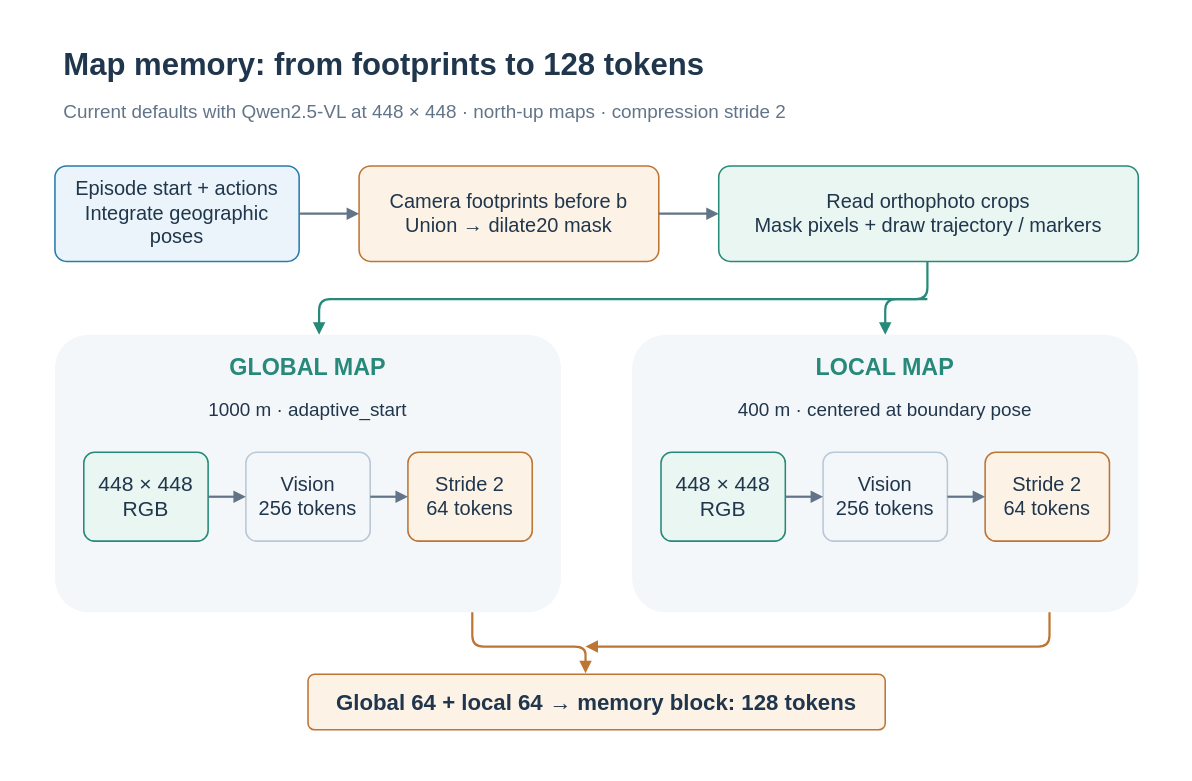
This is docs/assets/concepts/diagrams/map-construction.en-US.drawio from Eku127/SwiftVLN, a draw.io file, before an edit. Source tidied: cells renumbered, new cells numbered last; positions are measured from the earlier drawing's top-left corner, leaving out a move shared by most shapes. Both pictures are drawn from the tidied source at 111%, with x=0, y=0 at pixel (19, 19).
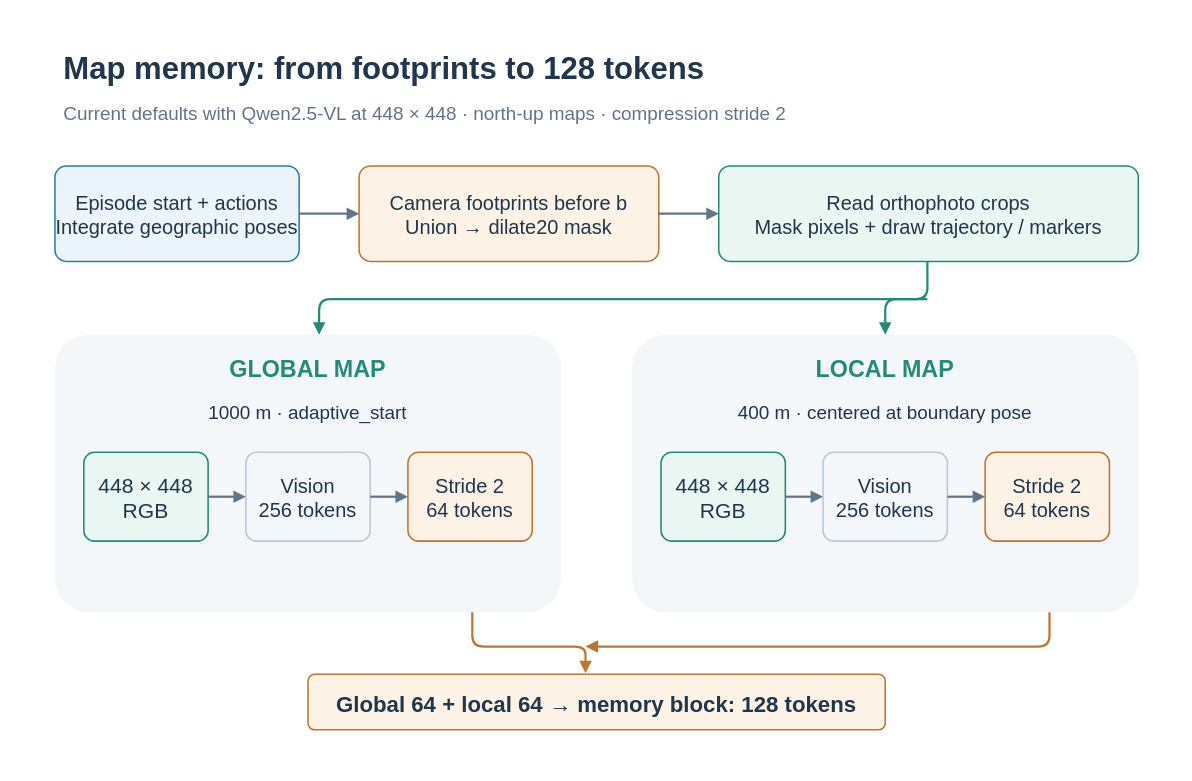
After the change.

Diff of the diagram source:
```diff
@@
-    <mxCell id="2" style="rounded=0;arcSize=12;whiteSpace=wrap;html=0;fillColor=#FFFFFF;strokeColor=none;strokeWidth=1.4;fontColor=#20364C;fontFamily=Arial;fontSize=19;fontStyle=0;align=center;verticalAlign=middle;spacing=8;" parent="1" vertex="1">
+    <mxCell id="2" style="rounded=0;arcSize=12;whiteSpace=nowrap;html=0;fillColor=#FFFFFF;strokeColor=none;strokeWidth=1.4;fontColor=#20364C;fontFamily=Arial;fontSize=19;fontStyle=0;align=center;verticalAlign=middle;spacing=8;" parent="1" vertex="1">
       <mxGeometry width="1040" height="670" as="geometry" />
     </mxCell>
-    <mxCell id="3" value="Map memory: from footprints to 128 tokens" style="rounded=0;arcSize=12;whiteSpace=wrap;html=0;fillColor=none;strokeColor=none;strokeWidth=1.4;fontColor=#20364C;fontFamily=Arial;fontSize=28;fontStyle=1;align=left;verticalAlign=middle;spacing=8;" parent="1" vertex="1">
+    <mxCell id="3" value="Map memory: from footprints to 128 tokens" style="rounded=0;arcSize=12;whiteSpace=nowrap;html=0;fillColor=none;strokeColor=none;strokeWidth=1.4;fontColor=#20364C;fontFamily=Arial;fontSize=28;fontStyle=1;align=left;verticalAlign=middle;spacing=8;" parent="1" vertex="1">
       <mxGeometry x="32" y="22" width="970" height="38" as="geometry" />
     </mxCell>
-    <mxCell id="4" value="Current defaults with Qwen2.5-VL at 448 × 448 · north-up maps · compression stride 2" style="rounded=0;arcSize=12;whiteSpace=wrap;html=0;fillColor=none;strokeColor=none;strokeWidth=1.4;fontColor=#627487;fontFamily=Arial;fontSize=17;fontStyle=0;align=left;verticalAlign=middle;spacing=8;" parent="1" vertex="1">
+    <mxCell id="4" value="Current defaults with Qwen2.5-VL at 448 × 448 · north-up maps · compression stride 2" style="rounded=0;arcSize=12;whiteSpace=nowrap;html=0;fillColor=none;strokeColor=none;strokeWidth=1.4;fontColor=#627487;fontFamily=Arial;fontSize=17;fontStyle=0;align=left;verticalAlign=middle;spacing=8;" parent="1" vertex="1">
       <mxGeometry x="32" y="67" width="970" height="34" as="geometry" />
     </mxCell>
-    <mxCell id="5" value="Episode start + actions&#10;Integrate geographic poses" style="rounded=1;arcSize=12;whiteSpace=wrap;html=0;fillColor=#EBF4FA;strokeColor=#287BAD;strokeWidth=1.4;fontColor=#20364C;fontFamily=Arial;fontSize=18;fontStyle=0;align=center;verticalAlign=middle;spacing=8;" parent="1" vertex="1">
+    <mxCell id="5" value="Episode start + actions&#10;Integrate geographic poses" style="rounded=1;arcSize=12;whiteSpace=nowrap;html=0;fillColor=#EBF4FA;strokeColor=#287BAD;strokeWidth=1.4;fontColor=#20364C;fontFamily=Arial;fontSize=18;fontStyle=0;align=center;verticalAlign=middle;spacing=8;" parent="1" vertex="1">
       <mxGeometry x="32" y="132" width="220" height="86" as="geometry" />
     </mxCell>
-    <mxCell id="6" value="Camera footprints before b&#10;Union → dilate20 mask" style="rounded=1;arcSize=12;whiteSpace=wrap;html=0;fillColor=#FCF2E6;strokeColor=#BE7534;strokeWidth=1.4;fontColor=#20364C;fontFamily=Arial;fontSize=18;fontStyle=0;align=center;verticalAlign=middle;spacing=8;" parent="1" vertex="1">
+    <mxCell id="6" value="Camera footprints before b&#10;Union → dilate20 mask" style="rounded=1;arcSize=12;whiteSpace=nowrap;html=0;fillColor=#FCF2E6;strokeColor=#BE7534;strokeWidth=1.4;fontColor=#20364C;fontFamily=Arial;fontSize=18;fontStyle=0;align=center;verticalAlign=middle;spacing=8;" parent="1" vertex="1">
       <mxGeometry x="306" y="132" width="270" height="86" as="geometry" />
     </mxCell>
-    <mxCell id="7" value="Read orthophoto crops&#10;Mask pixels + draw trajectory / markers" style="rounded=1;arcSize=12;whiteSpace=wrap;html=0;fillColor=#EAF6F2;strokeColor=#268979;strokeWidth=1.4;fontColor=#20364C;fontFamily=Arial;fontSize=18;fontStyle=0;align=center;verticalAlign=middle;spacing=8;" parent="1" vertex="1">
+    <mxCell id="7" value="Read orthophoto crops&#10;Mask pixels + draw trajectory / markers" style="rounded=1;arcSize=12;whiteSpace=nowrap;html=0;fillColor=#EAF6F2;strokeColor=#268979;strokeWidth=1.4;fontColor=#20364C;fontFamily=Arial;fontSize=18;fontStyle=0;align=center;verticalAlign=middle;spacing=8;" parent="1" vertex="1">
       <mxGeometry x="630" y="132" width="378" height="86" as="geometry" />
     </mxCell>
@@
-    <mxCell id="12" style="rounded=1;arcSize=12;whiteSpace=wrap;html=0;fillColor=#F4F7FA;strokeColor=none;strokeWidth=1.4;fontColor=#20364C;fontFamily=Arial;fontSize=19;fontStyle=0;align=center;verticalAlign=middle;spacing=8;" parent="1" vertex="1">
+    <mxCell id="12" style="rounded=1;arcSize=12;whiteSpace=nowrap;html=0;fillColor=#F4F7FA;strokeColor=none;strokeWidth=1.4;fontColor=#20364C;fontFamily=Arial;fontSize=19;fontStyle=0;align=center;verticalAlign=middle;spacing=8;" parent="1" vertex="1">
       <mxGeometry x="32" y="284" width="456" height="250" as="geometry" />
     </mxCell>
-    <mxCell id="13" value="GLOBAL MAP" style="rounded=0;arcSize=12;whiteSpace=wrap;html=0;fillColor=none;strokeColor=none;strokeWidth=1.4;fontColor=#268979;fontFamily=Arial;fontSize=21;fontStyle=1;align=center;verticalAlign=middle;spacing=8;" parent="1" vertex="1">
+    <mxCell id="13" value="GLOBAL MAP" style="rounded=0;arcSize=12;whiteSpace=nowrap;html=0;fillColor=none;strokeColor=none;strokeWidth=1.4;fontColor=#268979;fontFamily=Arial;fontSize=21;fontStyle=1;align=center;verticalAlign=middle;spacing=8;" parent="1" vertex="1">
       <mxGeometry x="48" y="298" width="424" height="30" as="geometry" />
     </mxCell>
-    <mxCell id="14" value="1000 m · adaptive_start" style="rounded=0;arcSize=12;whiteSpace=wrap;html=0;fillColor=none;strokeColor=none;strokeWidth=1.4;fontColor=#20364C;fontFamily=Arial;fontSize=17;fontStyle=0;align=center;verticalAlign=middle;spacing=8;" parent="1" vertex="1">
+    <mxCell id="14" value="1000 m · adaptive_start" style="rounded=0;arcSize=12;whiteSpace=nowrap;html=0;fillColor=none;strokeColor=none;strokeWidth=1.4;fontColor=#20364C;fontFamily=Arial;fontSize=17;fontStyle=0;align=center;verticalAlign=middle;spacing=8;" parent="1" vertex="1">
       <mxGeometry x="48" y="338" width="424" height="30" as="geometry" />
     </mxCell>
-    <mxCell id="15" value="448 × 448&#10;RGB" style="rounded=1;arcSize=12;whiteSpace=wrap;html=0;fillColor=#EAF6F2;strokeColor=#268979;strokeWidth=1.4;fontColor=#20364C;fontFamily=Arial;fontSize=19;fontStyle=0;align=center;verticalAlign=middle;spacing=8;" parent="1" vertex="1">
+    <mxCell id="15" value="448 × 448&#10;RGB" style="rounded=1;arcSize=12;whiteSpace=nowrap;html=0;fillColor=#EAF6F2;strokeColor=#268979;strokeWidth=1.4;fontColor=#20364C;fontFamily=Arial;fontSize=19;fontStyle=0;align=center;verticalAlign=middle;spacing=8;" parent="1" vertex="1">
       <mxGeometry x="58" y="390" width="112" height="80" as="geometry" />
     </mxCell>
-    <mxCell id="16" value="Vision&#10;256 tokens" style="rounded=1;arcSize=12;whiteSpace=wrap;html=0;fillColor=#F4F7FA;strokeColor=#B9C8D6;strokeWidth=1.4;fontColor=#20364C;fontFamily=Arial;fontSize=18;fontStyle=0;align=center;verticalAlign=middle;spacing=8;" parent="1" vertex="1">
+    <mxCell id="16" value="Vision&#10;256 tokens" style="rounded=1;arcSize=12;whiteSpace=nowrap;html=0;fillColor=#F4F7FA;strokeColor=#B9C8D6;strokeWidth=1.4;fontColor=#20364C;fontFamily=Arial;fontSize=18;fontStyle=0;align=center;verticalAlign=middle;spacing=8;" parent="1" vertex="1">
       <mxGeometry x="204" y="390" width="112" height="80" as="geometry" />
     </mxCell>
-    <mxCell id="17" value="Stride 2&#10;64 tokens" style="rounded=1;arcSize=12;whiteSpace=wrap;html=0;fillColor=#FCF2E6;strokeColor=#BE7534;strokeWidth=1.4;fontColor=#20364C;fontFamily=Arial;fontSize=18;fontStyle=0;align=center;verticalAlign=middle;spacing=8;" parent="1" vertex="1">
+    <mxCell id="17" value="Stride 2&#10;64 tokens" style="rounded=1;arcSize=12;whiteSpace=nowrap;html=0;fillColor=#FCF2E6;strokeColor=#BE7534;strokeWidth=1.4;fontColor=#20364C;fontFamily=Arial;fontSize=18;fontStyle=0;align=center;verticalAlign=middle;spacing=8;" parent="1" vertex="1">
       <mxGeometry x="350" y="390" width="112" height="80" as="geometry" />
     </mxCell>
@@
-    <mxCell id="20" style="rounded=1;arcSize=12;whiteSpace=wrap;html=0;fillColor=#F4F7FA;strokeColor=none;strokeWidth=1.4;fontColor=#20364C;fontFamily=Arial;fontSize=19;fontStyle=0;align=center;verticalAlign=middle;spacing=8;" parent="1" vertex="1">
+    <mxCell id="20" style="rounded=1;arcSize=12;whiteSpace=nowrap;html=0;fillColor=#F4F7FA;strokeColor=none;strokeWidth=1.4;fontColor=#20364C;fontFamily=Arial;fontSize=19;fontStyle=0;align=center;verticalAlign=middle;spacing=8;" parent="1" vertex="1">
       <mxGeometry x="552" y="284" width="456" height="250" as="geometry" />
     </mxCell>
-    <mxCell id="21" value="LOCAL MAP" style="rounded=0;arcSize=12;whiteSpace=wrap;html=0;fillColor=none;strokeColor=none;strokeWidth=1.4;fontColor=#268979;fontFamily=Arial;fontSize=21;fontStyle=1;align=center;verticalAlign=middle;spacing=8;" parent="1" vertex="1">
+    <mxCell id="21" value="LOCAL MAP" style="rounded=0;arcSize=12;whiteSpace=nowrap;html=0;fillColor=none;strokeColor=none;strokeWidth=1.4;fontColor=#268979;fontFamily=Arial;fontSize=21;fontStyle=1;align=center;verticalAlign=middle;spacing=8;" parent="1" vertex="1">
       <mxGeometry x="568" y="298" width="424" height="30" as="geometry" />
     </mxCell>
-    <mxCell id="22" value="400 m · centered at boundary pose" style="rounded=0;arcSize=12;whiteSpace=wrap;html=0;fillColor=none;strokeColor=none;strokeWidth=1.4;fontColor=#20364C;fontFamily=Arial;fontSize=17;fontStyle=0;align=center;verticalAlign=middle;spacing=8;" parent="1" vertex="1">
+    <mxCell id="22" value="400 m · centered at boundary pose" style="rounded=0;arcSize=12;whiteSpace=nowrap;html=0;fillColor=none;strokeColor=none;strokeWidth=1.4;fontColor=#20364C;fontFamily=Arial;fontSize=17;fontStyle=0;align=center;verticalAlign=middle;spacing=8;" parent="1" vertex="1">
       <mxGeometry x="568" y="338" width="424" height="30" as="geometry" />
     </mxCell>
-    <mxCell id="23" value="448 × 448&#10;RGB" style="rounded=1;arcSize=12;whiteSpace=wrap;html=0;fillColor=#EAF6F2;strokeColor=#268979;strokeWidth=1.4;fontColor=#20364C;fontFamily=Arial;fontSize=19;fontStyle=0;align=center;verticalAlign=middle;spacing=8;" parent="1" vertex="1">
+    <mxCell id="23" value="448 × 448&#10;RGB" style="rounded=1;arcSize=12;whiteSpace=nowrap;html=0;fillColor=#EAF6F2;strokeColor=#268979;strokeWidth=1.4;fontColor=#20364C;fontFamily=Arial;fontSize=19;fontStyle=0;align=center;verticalAlign=middle;spacing=8;" parent="1" vertex="1">
       <mxGeometry x="578" y="390" width="112" height="80" as="geometry" />
     </mxCell>
-    <mxCell id="24" value="Vision&#10;256 tokens" style="rounded=1;arcSize=12;whiteSpace=wrap;html=0;fillColor=#F4F7FA;strokeColor=#B9C8D6;strokeWidth=1.4;fontColor=#20364C;fontFamily=Arial;fontSize=18;fontStyle=0;align=center;verticalAlign=middle;spacing=8;" parent="1" vertex="1">
+    <mxCell id="24" value="Vision&#10;256 tokens" style="rounded=1;arcSize=12;whiteSpace=nowrap;html=0;fillColor=#F4F7FA;strokeColor=#B9C8D6;strokeWidth=1.4;fontColor=#20364C;fontFamily=Arial;fontSize=18;fontStyle=0;align=center;verticalAlign=middle;spacing=8;" parent="1" vertex="1">
       <mxGeometry x="724" y="390" width="112" height="80" as="geometry" />
     </mxCell>
-    <mxCell id="25" value="Stride 2&#10;64 tokens" style="rounded=1;arcSize=12;whiteSpace=wrap;html=0;fillColor=#FCF2E6;strokeColor=#BE7534;strokeWidth=1.4;fontColor=#20364C;fontFamily=Arial;fontSize=18;fontStyle=0;align=center;verticalAlign=middle;spacing=8;" parent="1" vertex="1">
+    <mxCell id="25" value="Stride 2&#10;64 tokens" style="rounded=1;arcSize=12;whiteSpace=nowrap;html=0;fillColor=#FCF2E6;strokeColor=#BE7534;strokeWidth=1.4;fontColor=#20364C;fontFamily=Arial;fontSize=18;fontStyle=0;align=center;verticalAlign=middle;spacing=8;" parent="1" vertex="1">
       <mxGeometry x="870" y="390" width="112" height="80" as="geometry" />
     </mxCell>
@@
-    <mxCell id="30" value="Global 64 + local 64 → memory block: 128 tokens" style="rounded=1;arcSize=12;whiteSpace=wrap;html=0;fillColor=#FCF2E6;strokeColor=#BE7534;strokeWidth=1.4;fontColor=#20364C;fontFamily=Arial;fontSize=20;fontStyle=1;align=center;verticalAlign=middle;spacing=8;" parent="1" vertex="1">
+    <mxCell id="30" value="Global 64 + local 64 → memory block: 128 tokens" style="rounded=1;arcSize=12;whiteSpace=nowrap;html=0;fillColor=#FCF2E6;strokeColor=#BE7534;strokeWidth=1.4;fontColor=#20364C;fontFamily=Arial;fontSize=20;fontStyle=1;align=center;verticalAlign=middle;spacing=8;" parent="1" vertex="1">
       <mxGeometry x="260" y="590" width="520" height="50" as="geometry" />
     </mxCell>
```
